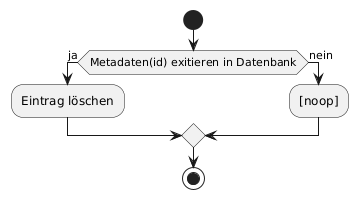
This is wiki/topics/Inkremente/00/Diagramme/Anforderungsanalyse_014.png from SoftwareEngineeringOne/wiki, a PlantUML export, as it was before one commit.
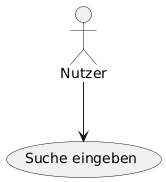
The same diagram one commit later.

What changed in the source:
```diff
@@ -1,9 +1,4 @@
 @startuml
-start
-if(Metadaten(id) exitieren in Datenbank) then (ja)
-    :Eintrag löschen;
-else (nein)
-    :[noop];
-endif
-stop
+"Suche eingeben" as (Use)
+:Nutzer: --> (Use)
 @enduml
```
